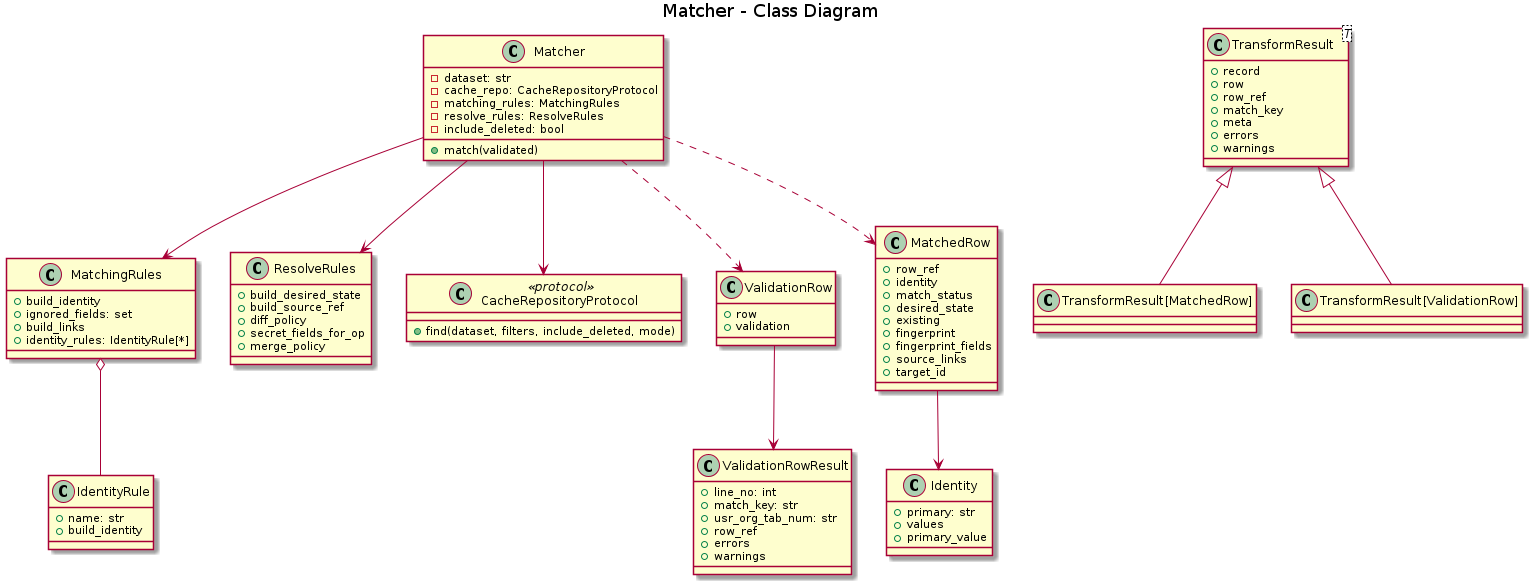
xORex-LC/nexus-etl keeps this PlantUML diagram as docs/uml/transform/matcher/matcher_class.png. Above is the earlier version. Its source is kept beside it as docs/uml/transform/matcher/matcher_class.puml.
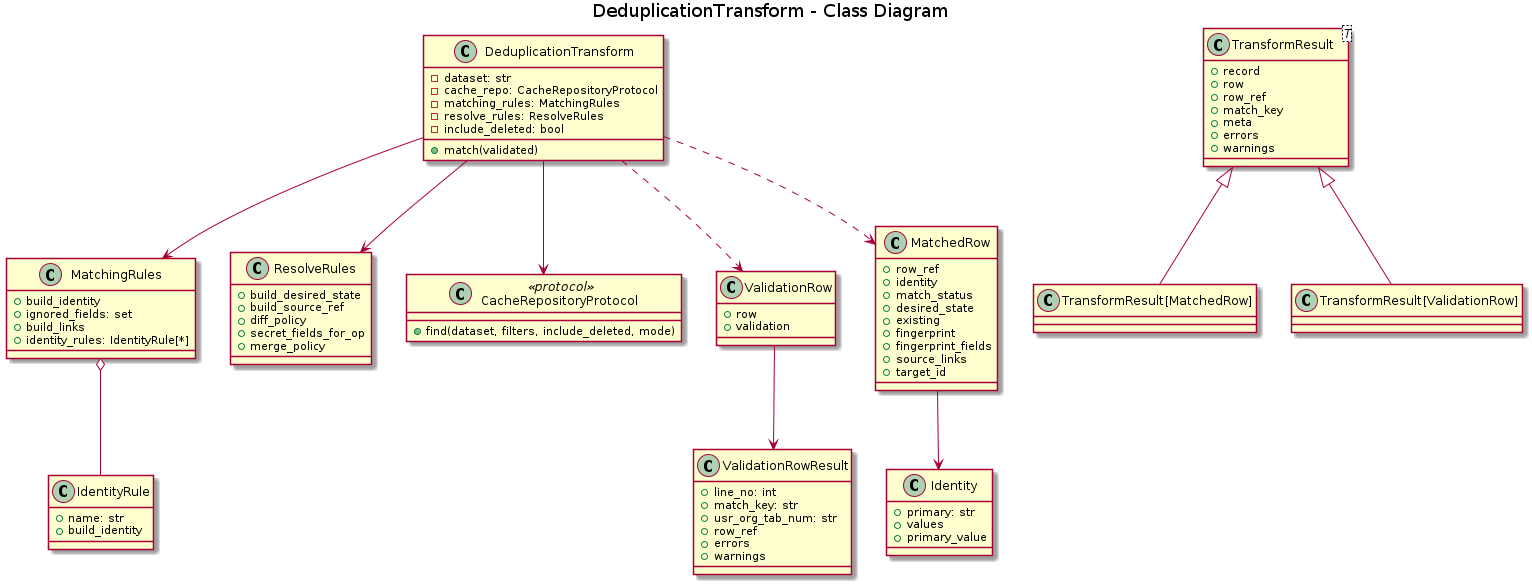
Later version of the same file.

What changed in the source:
```diff
@@ -1,7 +1,7 @@
 @startuml
-title Matcher - Class Diagram
+title DeduplicationTransform - Class Diagram
 
-class Matcher {
+class DeduplicationTransform {
   - dataset: str
   - cache_repo: CacheRepositoryProtocol
   - matching_rules: MatchingRules
@@ -76,11 +76,11 @@
   + warnings
 }
 
-Matcher --> MatchingRules
-Matcher --> ResolveRules
-Matcher --> CacheRepositoryProtocol
-Matcher ..> MatchedRow
-Matcher ..> ValidationRow
+DeduplicationTransform --> MatchingRules
+DeduplicationTransform --> ResolveRules
+DeduplicationTransform --> CacheRepositoryProtocol
+DeduplicationTransform ..> MatchedRow
+DeduplicationTransform ..> ValidationRow
 MatchingRules o-- IdentityRule
 ValidationRow --> ValidationRowResult
 MatchedRow --> Identity
```
